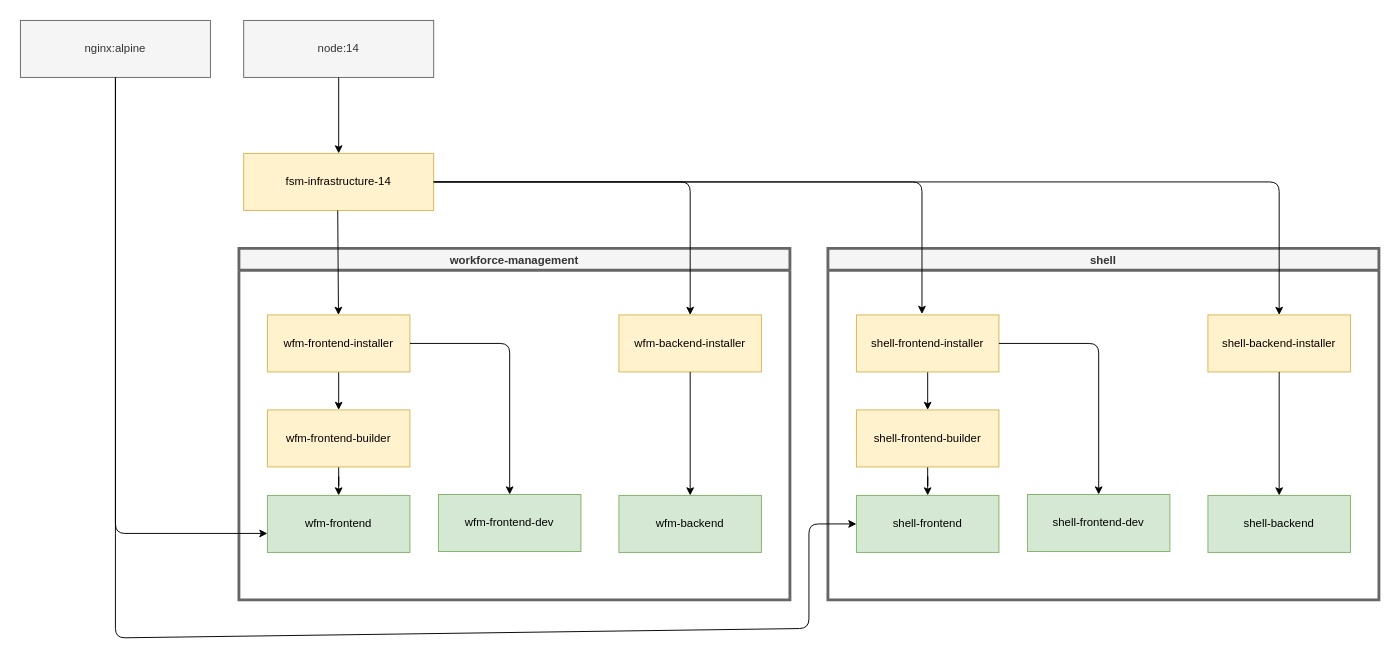
Before: Untitled Diagram.drawio in a-savka-sap/docs, a draw.io diagram. Source tidied: cells renumbered, new cells numbered last; positions are measured from the earlier drawing's top-left corner, leaving out a move shared by most shapes. Both pictures are drawn from the tidied source at 95%, with x=0, y=0 at pixel (20, 20).
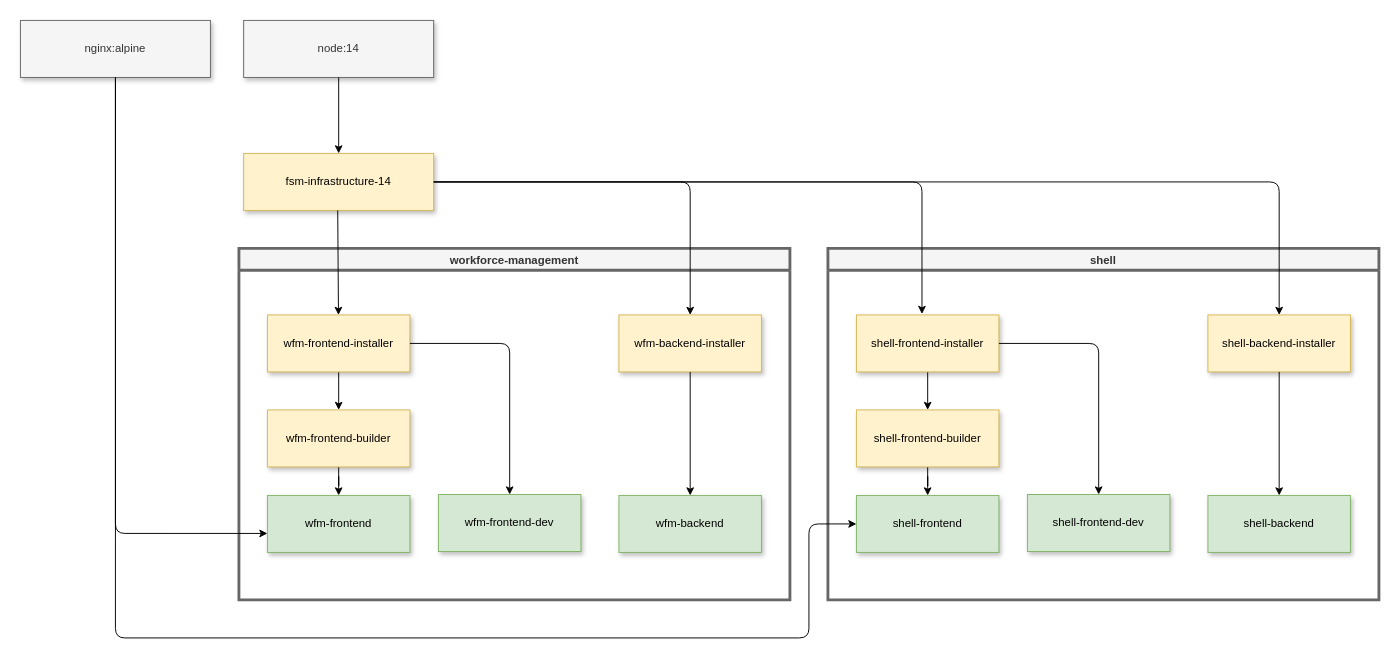
The same page after the edit.

Unchanged cells that the change refers to:
```xml
<mxCell id="21" value="shell" style="swimlane;rounded=0;fillColor=#f5f5f5;strokeColor=#666666;fontColor=#333333;strokeWidth=3;" parent="1" vertex="1">
  <mxGeometry x="850" y="240" width="580" height="370" as="geometry" />
</mxCell>
```

Diff of the diagram source:
```diff
@@
-    <mxCell id="2" style="group;" parent="1" vertex="1">
+    <mxCell id="2" style="group;shadow=1;" parent="1" vertex="1">
       <mxGeometry x="230" y="140" width="580" height="470" as="geometry" />
     </mxCell>
-    <mxCell id="3" value="fsm-infrastructure-14" style="rounded=0;whiteSpace=wrap;html=1;fillColor=#fff2cc;strokeColor=#d6b656;" parent="2" vertex="1">
+    <mxCell id="3" value="fsm-infrastructure-14" style="rounded=0;whiteSpace=wrap;html=1;fillColor=#fff2cc;strokeColor=#d6b656;shadow=1;" parent="2" vertex="1">
       <mxGeometry x="5" width="200" height="60" as="geometry" />
     </mxCell>
-    <mxCell id="4" value="workforce-management" style="swimlane;rounded=0;fillColor=#f5f5f5;strokeColor=#666666;fontColor=#333333;strokeWidth=3;" parent="2" vertex="1">
+    <mxCell id="4" value="workforce-management" style="swimlane;rounded=0;fillColor=#f5f5f5;strokeColor=#666666;fontColor=#333333;strokeWidth=3;shadow=0;" parent="2" vertex="1">
       <mxGeometry y="100" width="580" height="370" as="geometry" />
     </mxCell>
@@
-    <mxCell id="6" value="wfm-frontend-installer" style="rounded=0;whiteSpace=wrap;html=1;fillColor=#fff2cc;strokeColor=#d6b656;" parent="4" vertex="1">
+    <mxCell id="6" value="wfm-frontend-installer" style="rounded=0;whiteSpace=wrap;html=1;fillColor=#fff2cc;strokeColor=#d6b656;shadow=1;" parent="4" vertex="1">
       <mxGeometry x="30" y="70" width="150" height="60" as="geometry" />
     </mxCell>
@@
-    <mxCell id="8" value="wfm-frontend-builder" style="rounded=0;whiteSpace=wrap;html=1;fillColor=#fff2cc;strokeColor=#d6b656;" parent="4" vertex="1">
+    <mxCell id="8" value="wfm-frontend-builder" style="rounded=0;whiteSpace=wrap;html=1;fillColor=#fff2cc;strokeColor=#d6b656;shadow=1;" parent="4" vertex="1">
       <mxGeometry x="30" y="170" width="150" height="60" as="geometry" />
     </mxCell>
-    <mxCell id="9" value="wfm-frontend" style="rounded=0;whiteSpace=wrap;html=1;fillColor=#d5e8d4;strokeColor=#82b366;" parent="4" vertex="1">
+    <mxCell id="9" value="wfm-frontend" style="rounded=0;whiteSpace=wrap;html=1;fillColor=#d5e8d4;strokeColor=#82b366;shadow=1;" parent="4" vertex="1">
       <mxGeometry x="30" y="260" width="150" height="60" as="geometry" />
     </mxCell>
-    <mxCell id="10" value="wfm-frontend-dev" style="rounded=0;whiteSpace=wrap;html=1;fillColor=#d5e8d4;strokeColor=#82b366;" parent="4" vertex="1">
+    <mxCell id="10" value="wfm-frontend-dev" style="rounded=0;whiteSpace=wrap;html=1;fillColor=#d5e8d4;strokeColor=#82b366;shadow=1;" parent="4" vertex="1">
       <mxGeometry x="210" y="259" width="150" height="60" as="geometry" />
     </mxCell>
@@
-    <mxCell id="12" value="wfm-backend-installer" style="rounded=0;whiteSpace=wrap;html=1;fillColor=#fff2cc;strokeColor=#d6b656;" parent="4" vertex="1">
+    <mxCell id="12" value="wfm-backend-installer" style="rounded=0;whiteSpace=wrap;html=1;fillColor=#fff2cc;strokeColor=#d6b656;shadow=1;" parent="4" vertex="1">
       <mxGeometry x="400" y="70" width="150" height="60" as="geometry" />
     </mxCell>
-    <mxCell id="13" value="wfm-backend" style="rounded=0;whiteSpace=wrap;html=1;fillColor=#d5e8d4;strokeColor=#82b366;" parent="4" vertex="1">
+    <mxCell id="13" value="wfm-backend" style="rounded=0;whiteSpace=wrap;html=1;fillColor=#d5e8d4;strokeColor=#82b366;shadow=1;" parent="4" vertex="1">
       <mxGeometry x="400" y="260" width="150" height="60" as="geometry" />
     </mxCell>
@@
-    <mxCell id="17" value="node:14" style="rounded=0;whiteSpace=wrap;html=1;fillColor=#f5f5f5;strokeColor=#666666;fontColor=#333333;" parent="1" vertex="1">
+    <mxCell id="17" value="node:14" style="rounded=0;whiteSpace=wrap;html=1;fillColor=#f5f5f5;strokeColor=#666666;fontColor=#333333;shadow=1;" parent="1" vertex="1">
       <mxGeometry x="235" width="200" height="60" as="geometry" />
     </mxCell>
-    <mxCell id="18" value="nginx:alpine" style="rounded=0;whiteSpace=wrap;html=1;fillColor=#f5f5f5;strokeColor=#666666;fontColor=#333333;" parent="1" vertex="1">
+    <mxCell id="18" value="nginx:alpine" style="rounded=0;whiteSpace=wrap;html=1;fillColor=#f5f5f5;strokeColor=#666666;fontColor=#333333;shadow=1;" parent="1" vertex="1">
       <mxGeometry width="200" height="60" as="geometry" />
     </mxCell>
@@
-    <mxCell id="23" value="shell-frontend-installer" style="rounded=0;whiteSpace=wrap;html=1;fillColor=#fff2cc;strokeColor=#d6b656;" parent="21" vertex="1">
+    <mxCell id="23" value="shell-frontend-installer" style="rounded=0;whiteSpace=wrap;html=1;fillColor=#fff2cc;strokeColor=#d6b656;shadow=1;" parent="21" vertex="1">
       <mxGeometry x="30" y="70" width="150" height="60" as="geometry" />
     </mxCell>
@@
-    <mxCell id="25" value="shell-frontend-builder" style="rounded=0;whiteSpace=wrap;html=1;fillColor=#fff2cc;strokeColor=#d6b656;" parent="21" vertex="1">
+    <mxCell id="25" value="shell-frontend-builder" style="rounded=0;whiteSpace=wrap;html=1;fillColor=#fff2cc;strokeColor=#d6b656;shadow=1;" parent="21" vertex="1">
       <mxGeometry x="30" y="170" width="150" height="60" as="geometry" />
     </mxCell>
-    <mxCell id="26" value="shell-frontend" style="rounded=0;whiteSpace=wrap;html=1;fillColor=#d5e8d4;strokeColor=#82b366;" parent="21" vertex="1">
+    <mxCell id="26" value="shell-frontend" style="rounded=0;whiteSpace=wrap;html=1;fillColor=#d5e8d4;strokeColor=#82b366;shadow=1;" parent="21" vertex="1">
       <mxGeometry x="30" y="260" width="150" height="60" as="geometry" />
     </mxCell>
-    <mxCell id="27" value="shell-frontend-dev" style="rounded=0;whiteSpace=wrap;html=1;fillColor=#d5e8d4;strokeColor=#82b366;" parent="21" vertex="1">
+    <mxCell id="27" value="shell-frontend-dev" style="rounded=0;whiteSpace=wrap;html=1;fillColor=#d5e8d4;strokeColor=#82b366;shadow=1;" parent="21" vertex="1">
       <mxGeometry x="210" y="259" width="150" height="60" as="geometry" />
     </mxCell>
@@
-    <mxCell id="29" value="shell-backend-installer" style="rounded=0;whiteSpace=wrap;html=1;fillColor=#fff2cc;strokeColor=#d6b656;" parent="21" vertex="1">
+    <mxCell id="29" value="shell-backend-installer" style="rounded=0;whiteSpace=wrap;html=1;fillColor=#fff2cc;strokeColor=#d6b656;shadow=1;" parent="21" vertex="1">
       <mxGeometry x="400" y="70" width="150" height="60" as="geometry" />
     </mxCell>
-    <mxCell id="30" value="shell-backend" style="rounded=0;whiteSpace=wrap;html=1;fillColor=#d5e8d4;strokeColor=#82b366;" parent="21" vertex="1">
+    <mxCell id="30" value="shell-backend" style="rounded=0;whiteSpace=wrap;html=1;fillColor=#d5e8d4;strokeColor=#82b366;shadow=1;" parent="21" vertex="1">
       <mxGeometry x="400" y="260" width="150" height="60" as="geometry" />
     </mxCell>
@@
-    <mxCell id="34" style="endArrow=classic;html=1;exitX=0.5;exitY=1;exitDx=0;exitDy=0;entryX=0;entryY=0.5;entryDx=0;entryDy=0;" parent="1" edge="1" source="18" target="26">
+    <mxCell id="34" style="endArrow=classic;html=1;exitX=0.5;exitY=1;exitDx=0;exitDy=0;entryX=0;entryY=0.5;entryDx=0;entryDy=0;shadow=0;" parent="1" edge="1" source="18" target="26">
       <mxGeometry relative="1" as="geometry">
         <Array as="points">
           <mxPoint x="100" y="540" />
           <mxPoint x="100" y="650" />
-          <mxPoint x="830" y="640" />
+          <mxPoint x="830" y="650" />
           <mxPoint x="830" y="530" />
         </Array>
       </mxGeometry>
     </mxCell>
```
